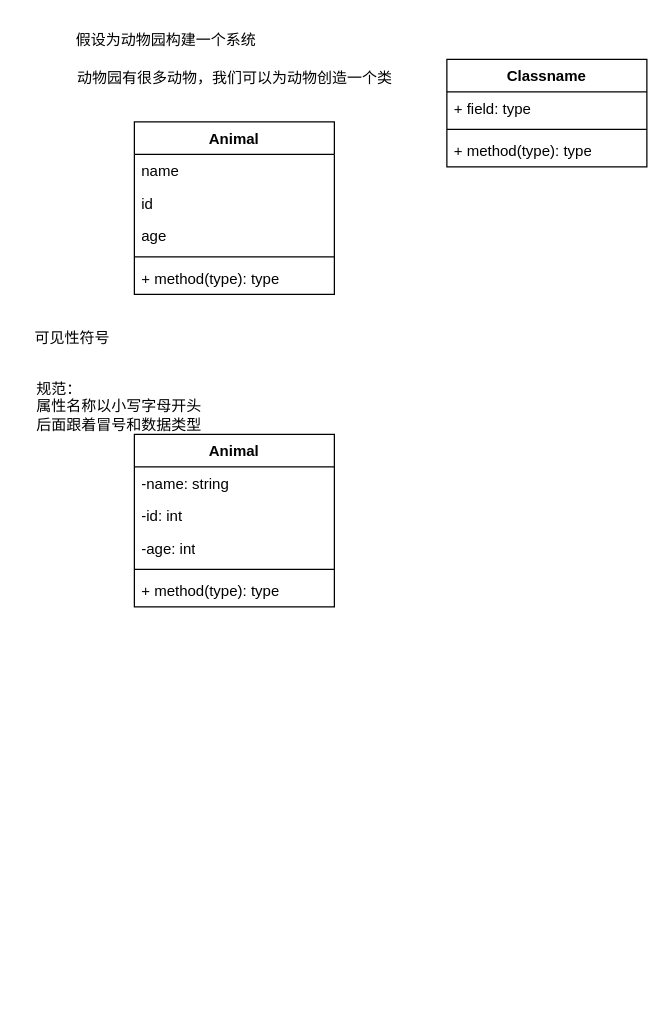
Before: test_uml.drawio in liu-moon/img, a draw.io diagram. Source tidied: cells renumbered, new cells numbered last; positions are measured from the earlier drawing's top-left corner, leaving out a move shared by most shapes. Both pictures are drawn from the tidied source at 125%, with x=0, y=0 at pixel (21, 21).
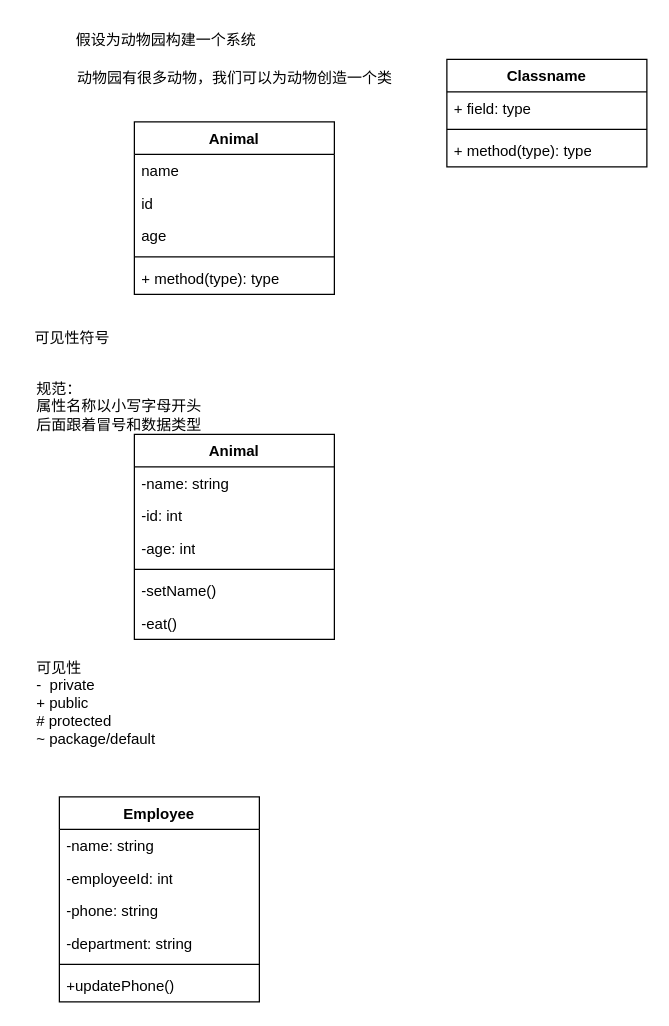
The same diagram, later.

The edit, as a diff of the source:
```diff
@@
     <mxCell id="16" value="Animal" style="swimlane;fontStyle=1;align=center;verticalAlign=top;horizontal=1;startSize=26;whiteSpace=wrap;html=1;" parent="1" vertex="1">
-      <mxGeometry x="90" y="330" width="160" height="138" as="geometry" />
+      <mxGeometry x="90" y="330" width="160" height="164" as="geometry" />
     </mxCell>
@@
-    <mxCell id="21" value="+ method(type): type" style="text;strokeColor=none;fillColor=none;align=left;verticalAlign=top;spacingLeft=4;spacingRight=4;overflow=hidden;whiteSpace=wrap;html=1;" parent="16" vertex="1">
+    <mxCell id="21" value="-setName()" style="text;strokeColor=none;fillColor=none;align=left;verticalAlign=top;spacingLeft=4;spacingRight=4;overflow=hidden;whiteSpace=wrap;html=1;" parent="16" vertex="1">
       <mxGeometry y="112" width="160" height="26" as="geometry" />
     </mxCell>
+    <mxCell id="22" value="-eat()" style="text;strokeColor=none;fillColor=none;align=left;verticalAlign=top;spacingLeft=4;spacingRight=4;overflow=hidden;whiteSpace=wrap;html=1;" parent="16" vertex="1">
+      <mxGeometry y="138" width="160" height="26" as="geometry" />
+    </mxCell>
+    <mxCell id="23" value="可见性&lt;div&gt;-&amp;nbsp; private&lt;/div&gt;&lt;div&gt;+ public&lt;/div&gt;&lt;div&gt;# protected&lt;/div&gt;&lt;div&gt;~ package/default&lt;/div&gt;" style="text;html=1;align=left;verticalAlign=middle;strokeColor=none;fillColor=none;" parent="1" vertex="1">
+      <mxGeometry x="10" y="500" width="120" height="90" as="geometry" />
+    </mxCell>
+    <mxCell id="24" value="Employee" style="swimlane;fontStyle=1;align=center;verticalAlign=top;horizontal=1;startSize=26;whiteSpace=wrap;html=1;" parent="1" vertex="1">
+      <mxGeometry x="30" y="620" width="160" height="164" as="geometry" />
+    </mxCell>
+    <mxCell id="25" value="-name: string" style="text;strokeColor=none;fillColor=none;align=left;verticalAlign=top;spacingLeft=4;spacingRight=4;overflow=hidden;whiteSpace=wrap;html=1;" parent="24" vertex="1">
+      <mxGeometry y="26" width="160" height="26" as="geometry" />
+    </mxCell>
+    <mxCell id="26" value="-employeeId: int" style="text;strokeColor=none;fillColor=none;align=left;verticalAlign=top;spacingLeft=4;spacingRight=4;overflow=hidden;whiteSpace=wrap;html=1;" parent="24" vertex="1">
+      <mxGeometry y="52" width="160" height="26" as="geometry" />
+    </mxCell>
+    <mxCell id="27" value="-phone: string" style="text;strokeColor=none;fillColor=none;align=left;verticalAlign=top;spacingLeft=4;spacingRight=4;overflow=hidden;whiteSpace=wrap;html=1;" parent="24" vertex="1">
+      <mxGeometry y="78" width="160" height="26" as="geometry" />
+    </mxCell>
+    <mxCell id="28" value="-department: string" style="text;strokeColor=none;fillColor=none;align=left;verticalAlign=top;spacingLeft=4;spacingRight=4;overflow=hidden;whiteSpace=wrap;html=1;" parent="24" vertex="1">
+      <mxGeometry y="104" width="160" height="26" as="geometry" />
+    </mxCell>
+    <mxCell id="29" style="line;strokeWidth=1;fillColor=none;align=left;verticalAlign=middle;spacingTop=-1;spacingLeft=3;spacingRight=3;labelPosition=right;strokeColor=inherit;" parent="24" vertex="1">
+      <mxGeometry y="130" width="160" height="8" as="geometry" />
+    </mxCell>
+    <mxCell id="30" value="+updatePhone()" style="text;strokeColor=none;fillColor=none;align=left;verticalAlign=top;spacingLeft=4;spacingRight=4;overflow=hidden;whiteSpace=wrap;html=1;" parent="24" vertex="1">
+      <mxGeometry y="138" width="160" height="26" as="geometry" />
+    </mxCell>
```
